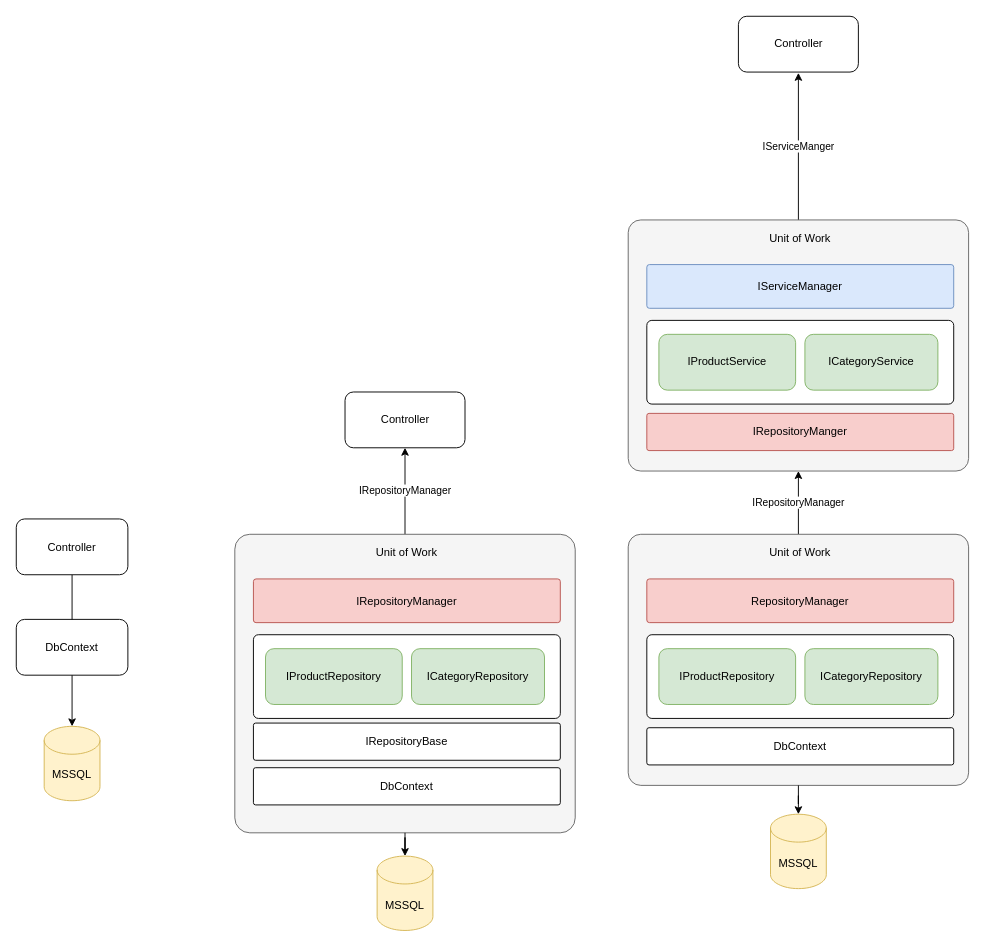
Before: page "Repository" (4 of 5) of Draws.drawio in zcomert/btk-akademi-aspnet-core-mvc-bootcamp-samsun, a draw.io diagram. Source tidied: cells renumbered, new cells numbered last; positions are measured from the earlier drawing's top-left corner, leaving out a move shared by most shapes. Both pictures are drawn from the tidied source at 93%, with x=0, y=0 at pixel (16, 16).
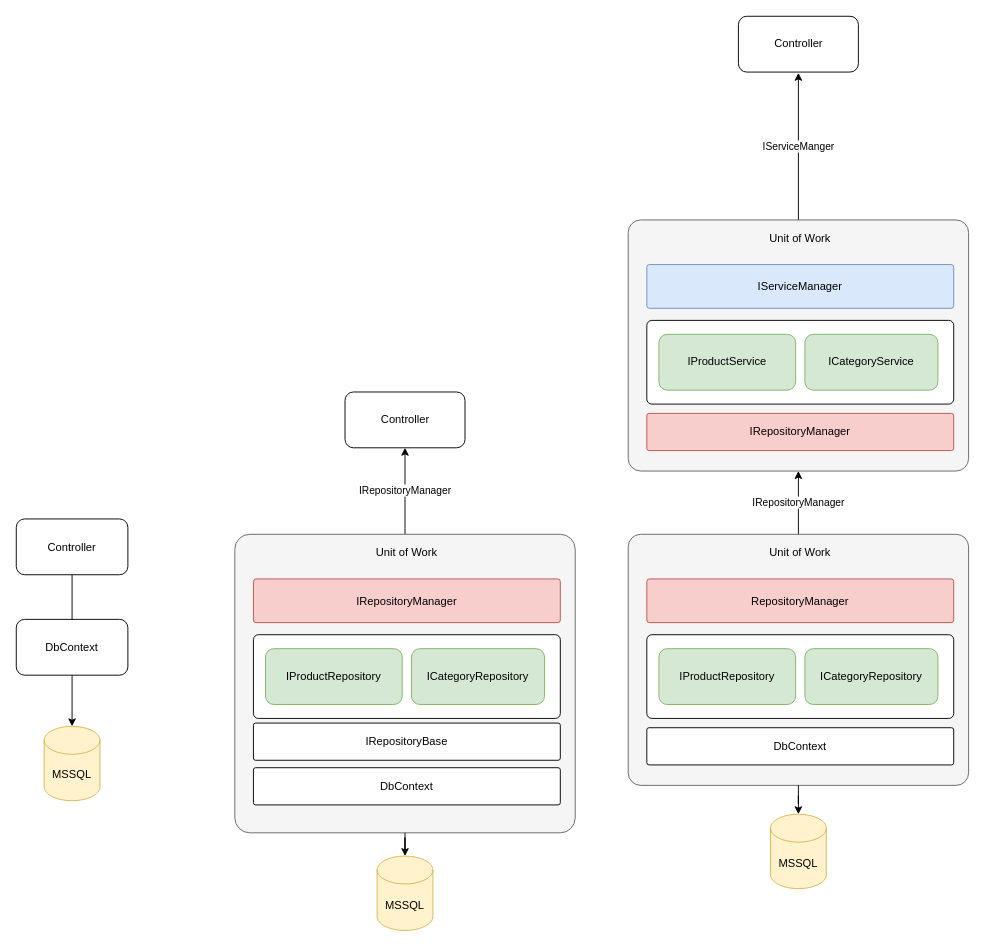
After the change.

What changed in the source:
```diff
@@
-    <mxCell id="34" value="IRepositoryManger" style="rounded=1;whiteSpace=wrap;html=1;arcSize=6;fillColor=#f8cecc;strokeColor=#b85450;" parent="1" vertex="1">
+    <mxCell id="34" value="IRepositoryManager" style="rounded=1;whiteSpace=wrap;html=1;arcSize=6;fillColor=#f8cecc;strokeColor=#b85450;" parent="1" vertex="1">
       <mxGeometry x="678" y="427" width="330" height="40" as="geometry" />
     </mxCell>
```
